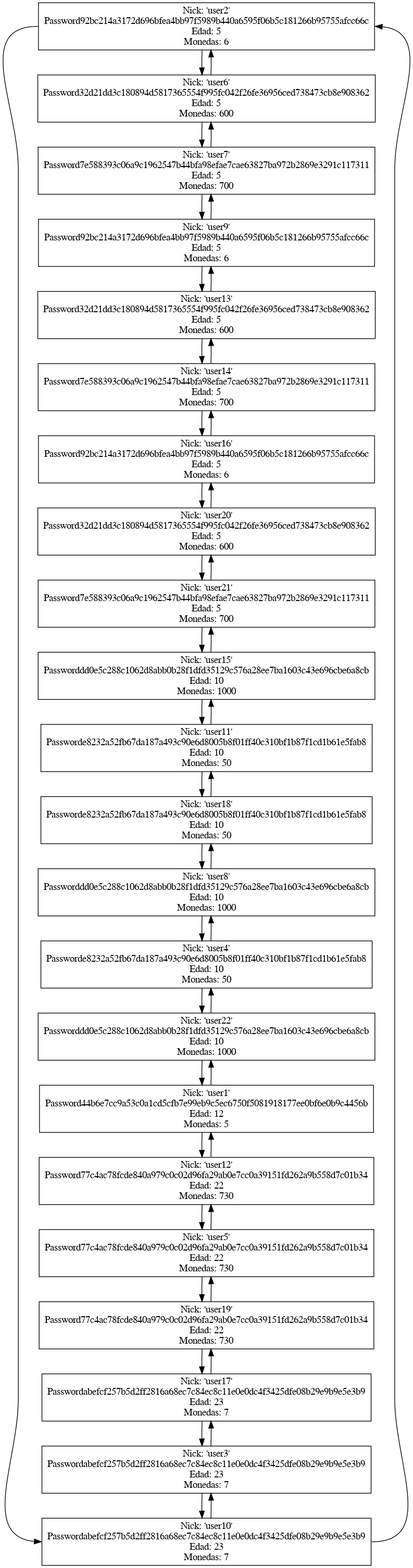
The Graphviz diagram usuarios.png in ASique-4/-EDD_2S-BatallaNaval_202012039, before a commit. Its source is kept beside it as usuarios.dot.
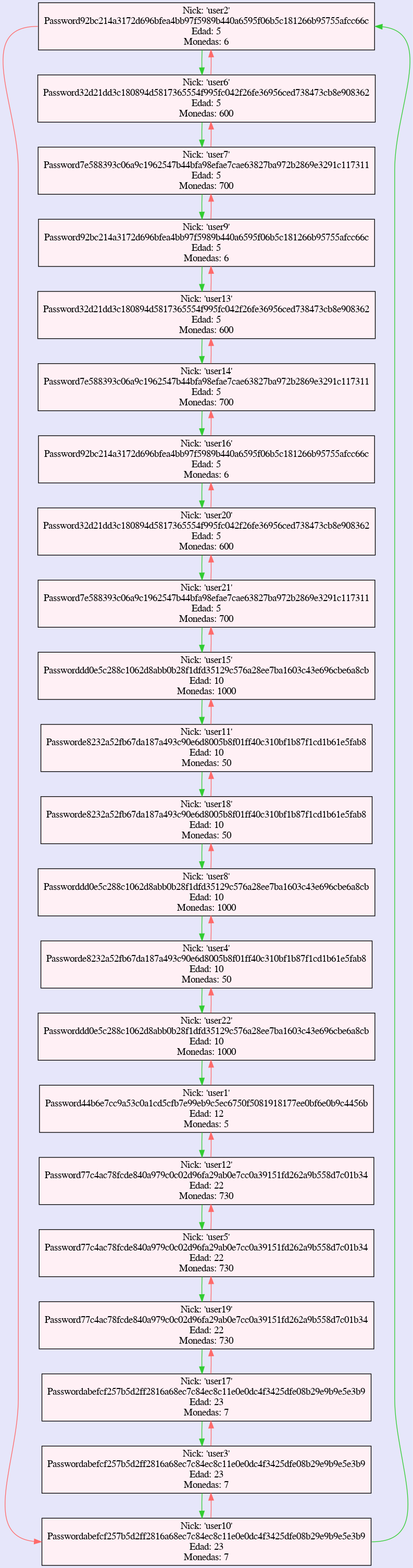
The same file after the commit.

The edit, as a diff of the source:
```diff
@@ -1,136 +1,138 @@
 digraph G {
 graph [rankdir = TB ]
 node [shape = box]
+bgcolor="lavender"
+node [ style=filled,shape = box, fillcolor="lavenderblush:lavenderblush1"]
 "user2"[label="Nick: 'user2'
 Password92bc214a3172d696bfea4bb97f5989b440a6595f06b5c181266b95755afcc66c
 Edad: 5
 Monedas: 6"];
-user2->user6
+user2->user6[color = limegreen];
 "user6" [label="Nick: 'user6'
 Password32d21dd3c180894d5817365554f995fc042f26fe36956ced738473cb8e908362
 Edad: 5
 Monedas: 600"];
-"user6"->"user7"
-"user6"->"user2"
+"user6"->"user7"[color = limegreen];
+"user6"->"user2"[color = indianred1];
 "user7" [label="Nick: 'user7'
 Password7e588393c06a9c1962547b44bfa98efae7cae63827ba972b2869e3291c117311
 Edad: 5
 Monedas: 700"];
-"user7"->"user9"
-"user7"->"user6"
+"user7"->"user9"[color = limegreen];
+"user7"->"user6"[color = indianred1];
 "user9" [label="Nick: 'user9'
 Password92bc214a3172d696bfea4bb97f5989b440a6595f06b5c181266b95755afcc66c
 Edad: 5
 Monedas: 6"];
-"user9"->"user13"
-"user9"->"user7"
+"user9"->"user13"[color = limegreen];
+"user9"->"user7"[color = indianred1];
 "user13" [label="Nick: 'user13'
 Password32d21dd3c180894d5817365554f995fc042f26fe36956ced738473cb8e908362
 Edad: 5
 Monedas: 600"];
-"user13"->"user14"
-"user13"->"user9"
+"user13"->"user14"[color = limegreen];
+"user13"->"user9"[color = indianred1];
 "user14" [label="Nick: 'user14'
 Password7e588393c06a9c1962547b44bfa98efae7cae63827ba972b2869e3291c117311
 Edad: 5
 Monedas: 700"];
-"user14"->"user16"
-"user14"->"user13"
+"user14"->"user16"[color = limegreen];
+"user14"->"user13"[color = indianred1];
 "user16" [label="Nick: 'user16'
 Password92bc214a3172d696bfea4bb97f5989b440a6595f06b5c181266b95755afcc66c
 Edad: 5
 Monedas: 6"];
-"user16"->"user20"
-"user16"->"user14"
+"user16"->"user20"[color = limegreen];
+"user16"->"user14"[color = indianred1];
 "user20" [label="Nick: 'user20'
 Password32d21dd3c180894d5817365554f995fc042f26fe36956ced738473cb8e908362
 Edad: 5
 Monedas: 600"];
-"user20"->"user21"
-"user20"->"user16"
+"user20"->"user21"[color = limegreen];
+"user20"->"user16"[color = indianred1];
 "user21" [label="Nick: 'user21'
 Password7e588393c06a9c1962547b44bfa98efae7cae63827ba972b2869e3291c117311
 Edad: 5
 Monedas: 700"];
-"user21"->"user15"
-"user21"->"user20"
+"user21"->"user15"[color = limegreen];
+"user21"->"user20"[color = indianred1];
 "user15" [label="Nick: 'user15'
 Passworddd0e5c288c1062d8abb0b28f1dfd35129c576a28ee7ba1603c43e696cbe6a8cb
 Edad: 10
 Monedas: 1000"];
-"user15"->"user11"
-"user15"->"user21"
+"user15"->"user11"[color = limegreen];
+"user15"->"user21"[color = indianred1];
 "user11" [label="Nick: 'user11'
 Passworde8232a52fb67da187a493c90e6d8005b8f01ff40c310bf1b87f1cd1b61e5fab8
 Edad: 10
 Monedas: 50"];
-"user11"->"user18"
-"user11"->"user15"
+"user11"->"user18"[color = limegreen];
+"user11"->"user15"[color = indianred1];
 "user18" [label="Nick: 'user18'
 Passworde8232a52fb67da187a493c90e6d8005b8f01ff40c310bf1b87f1cd1b61e5fab8
 Edad: 10
 Monedas: 50"];
-"user18"->"user8"
-"user18"->"user11"
+"user18"->"user8"[color = limegreen];
+"user18"->"user11"[color = indianred1];
 "user8" [label="Nick: 'user8'
 Passworddd0e5c288c1062d8abb0b28f1dfd35129c576a28ee7ba1603c43e696cbe6a8cb
 Edad: 10
 Monedas: 1000"];
-"user8"->"user4"
-"user8"->"user18"
+"user8"->"user4"[color = limegreen];
+"user8"->"user18"[color = indianred1];
 "user4" [label="Nick: 'user4'
 Passworde8232a52fb67da187a493c90e6d8005b8f01ff40c310bf1b87f1cd1b61e5fab8
 Edad: 10
 Monedas: 50"];
-"user4"->"user22"
-"user4"->"user8"
+"user4"->"user22"[color = limegreen];
+"user4"->"user8"[color = indianred1];
 "user22" [label="Nick: 'user22'
 Passworddd0e5c288c1062d8abb0b28f1dfd35129c576a28ee7ba1603c43e696cbe6a8cb
 Edad: 10
 Monedas: 1000"];
-"user22"->"user1"
-"user22"->"user4"
+"user22"->"user1"[color = limegreen];
+"user22"->"user4"[color = indianred1];
 "user1" [label="Nick: 'user1'
 Password44b6e7cc9a53c0a1cd5cfb7e99eb9c5ec6750f5081918177ee0bf6e0b9c4456b
 Edad: 12
 Monedas: 5"];
-"user1"->"user12"
-"user1"->"user22"
+"user1"->"user12"[color = limegreen];
+"user1"->"user22"[color = indianred1];
 "user12" [label="Nick: 'user12'
 Password77c4ac78fcde840a979c0c02d96fa29ab0e7cc0a39151fd262a9b558d7c01b34
 Edad: 22
 Monedas: 730"];
-"user12"->"user5"
-"user12"->"user1"
+"user12"->"user5"[color = limegreen];
+"user12"->"user1"[color = indianred1];
 "user5" [label="Nick: 'user5'
 Password77c4ac78fcde840a979c0c02d96fa29ab0e7cc0a39151fd262a9b558d7c01b34
 Edad: 22
 Monedas: 730"];
-"user5"->"user19"
-"user5"->"user12"
+"user5"->"user19"[color = limegreen];
+"user5"->"user12"[color = indianred1];
 "user19" [label="Nick: 'user19'
 Password77c4ac78fcde840a979c0c02d96fa29ab0e7cc0a39151fd262a9b558d7c01b34
 Edad: 22
 Monedas: 730"];
-"user19"->"user17"
-"user19"->"user5"
+"user19"->"user17"[color = limegreen];
+"user19"->"user5"[color = indianred1];
 "user17" [label="Nick: 'user17'
 Passwordabefcf257b5d2ff2816a68ec7c84ec8c11e0e0dc4f3425dfe08b29e9b9e5e3b9
 Edad: 23
 Monedas: 7"];
-"user17"->"user3"
-"user17"->"user19"
+"user17"->"user3"[color = limegreen];
+"user17"->"user19"[color = indianred1];
 "user3" [label="Nick: 'user3'
 Passwordabefcf257b5d2ff2816a68ec7c84ec8c11e0e0dc4f3425dfe08b29e9b9e5e3b9
 Edad: 23
 Monedas: 7"];
-"user3"->"user10"
-"user3"->"user17"
+"user3"->"user10"[color = limegreen];
+"user3"->"user17"[color = indianred1];
 "user10"[label="Nick: 'user10'
 Passwordabefcf257b5d2ff2816a68ec7c84ec8c11e0e0dc4f3425dfe08b29e9b9e5e3b9
 Edad: 23
 Monedas: 7"];
-"user10"->"user3"
-"user10":e->"user2":e
-"user2":w->"user10":w
+"user10"->"user3"[color = indianred1];
+"user10":e->"user2":e[color = limegreen];
+"user2":w->"user10":w[color = indianred1];
 }
```
